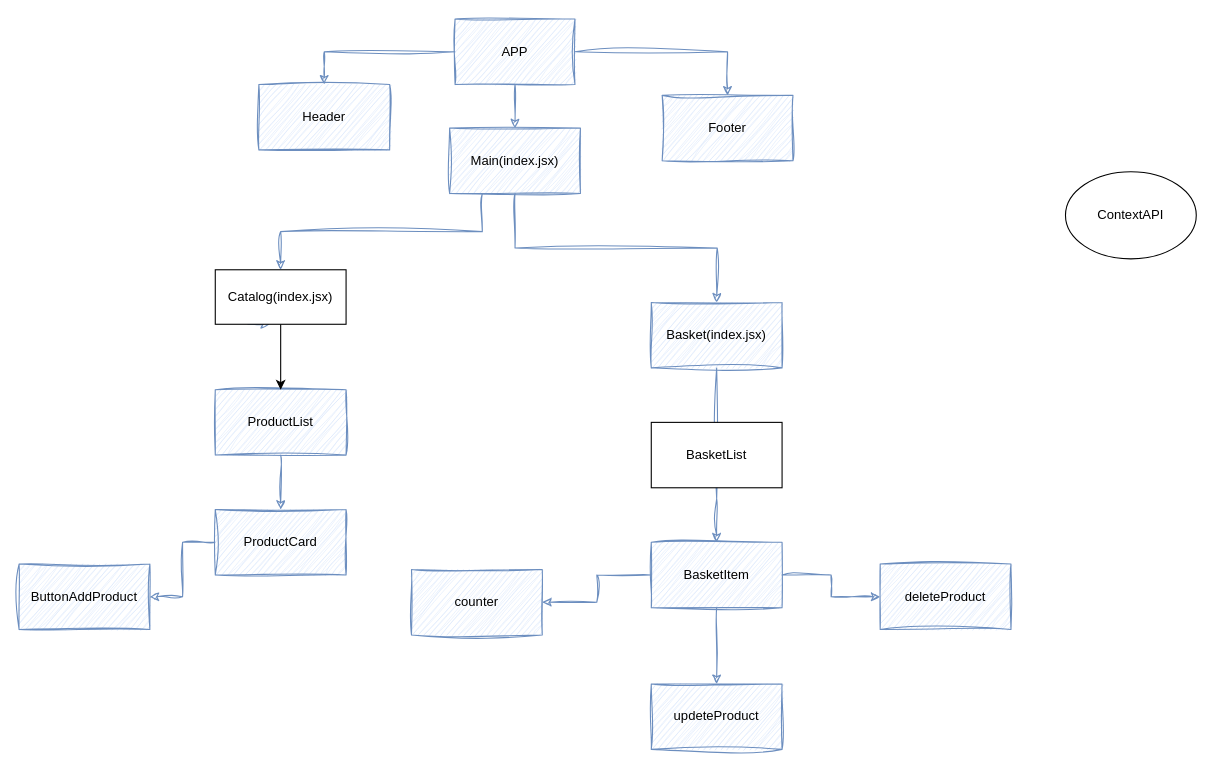
Before: online-shop.drawio in pavel08091997/Virtual-shop, a draw.io diagram. Source tidied: cells renumbered, new cells numbered last; positions are measured from the earlier drawing's top-left corner, leaving out a move shared by most shapes. Both pictures are drawn from the tidied source at 109%, with x=0, y=0 at pixel (19, 19).
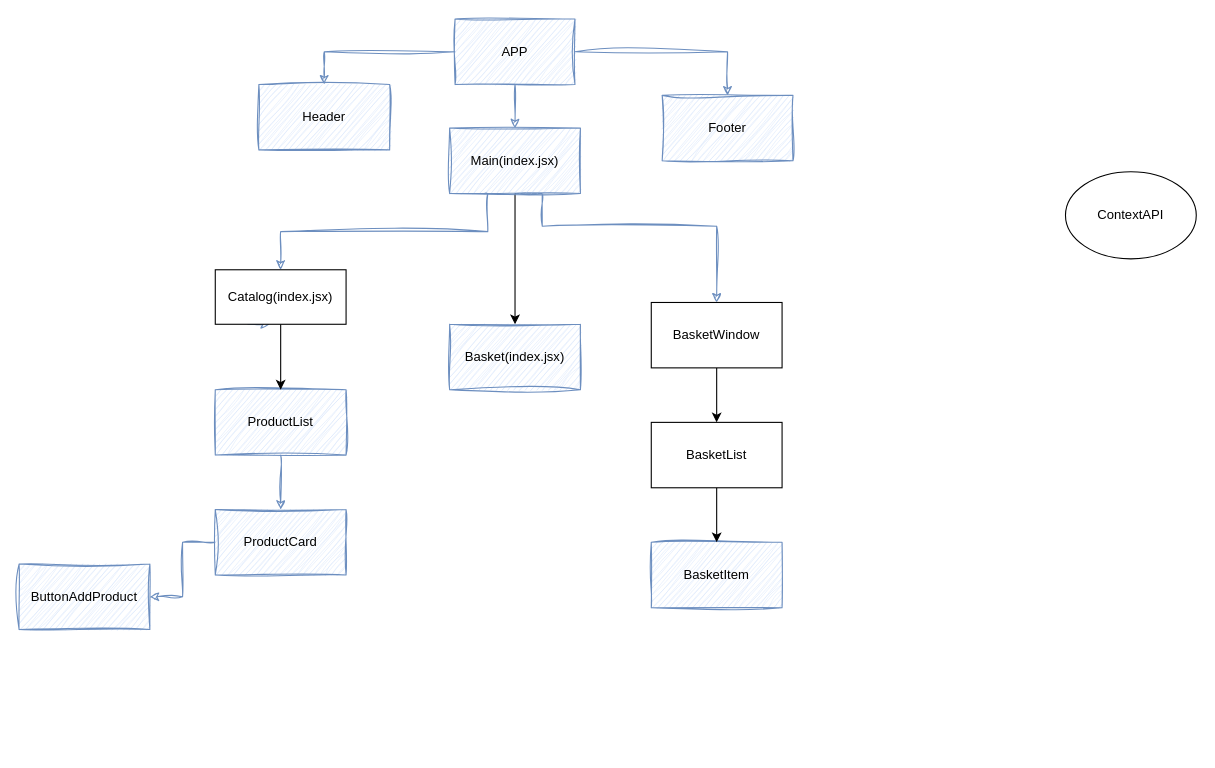
The same diagram, later.

The change refers to these unchanged cells:
```xml
<mxCell id="10" value="Main(index.jsx)" style="rounded=0;whiteSpace=wrap;html=1;fillColor=#dae8fc;strokeColor=#6c8ebf;sketch=1;curveFitting=1;jiggle=2;" parent="1" vertex="1">
  <mxGeometry x="395" y="100" width="120" height="60" as="geometry" />
</mxCell>
<mxCell id="20" value="BasketItem" style="rounded=0;whiteSpace=wrap;html=1;fillColor=#dae8fc;strokeColor=#6c8ebf;sketch=1;curveFitting=1;jiggle=2;" parent="1" vertex="1">
  <mxGeometry x="580" y="480" width="120" height="60" as="geometry" />
</mxCell>
<mxCell id="25" value="BasketList" style="rounded=0;whiteSpace=wrap;html=1;" parent="1" vertex="1">
  <mxGeometry x="580" y="370" width="120" height="60" as="geometry" />
</mxCell>
<mxCell id="28" value="Catalog(index.jsx)" style="rounded=0;whiteSpace=wrap;html=1;" parent="1" vertex="1">
  <mxGeometry x="180" y="230" width="120" height="50" as="geometry" />
</mxCell>
```

Change to the diagram source:
```diff
@@
     <mxCell id="8" style="edgeStyle=orthogonalEdgeStyle;rounded=0;jettySize=auto;html=1;exitX=0.5;exitY=1;exitDx=0;exitDy=0;fillColor=#dae8fc;strokeColor=#6c8ebf;sketch=1;curveFitting=1;jiggle=2;" parent="1" edge="1" source="10">
       <mxGeometry relative="1" as="geometry">
         <mxPoint x="640" y="260" as="targetPoint" />
+        <Array as="points">
+          <mxPoint x="480" y="160" />
+          <mxPoint x="480" y="190" />
+          <mxPoint x="640" y="190" />
+        </Array>
       </mxGeometry>
     </mxCell>
@@
+    <mxCell id="30" style="edgeStyle=none;html=1;exitX=0.5;exitY=1;exitDx=0;exitDy=0;" parent="1" edge="1" source="10" target="12">
+      <mxGeometry relative="1" as="geometry" />
+    </mxCell>
@@
-    <mxCell id="11" style="edgeStyle=orthogonalEdgeStyle;rounded=0;jettySize=auto;html=1;exitX=0.5;exitY=1;exitDx=0;exitDy=0;fillColor=#dae8fc;strokeColor=#6c8ebf;sketch=1;curveFitting=1;jiggle=2;" parent="1" edge="1" source="12" target="20">
-      <mxGeometry relative="1" as="geometry">
-        <Array as="points">
-          <mxPoint x="640" y="440" />
-          <mxPoint x="640" y="440" />
-        </Array>
-      </mxGeometry>
-    </mxCell>
     <mxCell id="12" value="Basket(index.jsx)" style="rounded=0;whiteSpace=wrap;html=1;fillColor=#dae8fc;strokeColor=#6c8ebf;sketch=1;curveFitting=1;jiggle=2;" parent="1" vertex="1">
-      <mxGeometry x="580" y="260" width="120" height="60" as="geometry" />
+      <mxGeometry x="395" y="280" width="120" height="60" as="geometry" />
     </mxCell>
@@
-    <mxCell id="17" style="edgeStyle=orthogonalEdgeStyle;rounded=0;jettySize=auto;html=1;fillColor=#dae8fc;strokeColor=#6c8ebf;sketch=1;curveFitting=1;jiggle=2;" parent="1" edge="1" source="20" target="21">
-      <mxGeometry relative="1" as="geometry" />
-    </mxCell>
-    <mxCell id="18" style="edgeStyle=orthogonalEdgeStyle;rounded=0;jettySize=auto;html=1;fillColor=#dae8fc;strokeColor=#6c8ebf;sketch=1;curveFitting=1;jiggle=2;" parent="1" edge="1" source="20" target="23">
-      <mxGeometry relative="1" as="geometry" />
-    </mxCell>
-    <mxCell id="19" style="edgeStyle=orthogonalEdgeStyle;rounded=0;jettySize=auto;html=1;fillColor=#dae8fc;strokeColor=#6c8ebf;sketch=1;curveFitting=1;jiggle=2;" parent="1" edge="1" source="20" target="22">
-      <mxGeometry relative="1" as="geometry" />
-    </mxCell>
@@
-    <mxCell id="21" value="counter" style="rounded=0;whiteSpace=wrap;html=1;fillColor=#dae8fc;strokeColor=#6c8ebf;sketch=1;curveFitting=1;jiggle=2;" parent="1" vertex="1">
-      <mxGeometry x="360" y="505" width="120" height="60" as="geometry" />
-    </mxCell>
-    <mxCell id="22" value="updeteProduct" style="rounded=0;whiteSpace=wrap;html=1;fillColor=#dae8fc;strokeColor=#6c8ebf;sketch=1;curveFitting=1;jiggle=2;" parent="1" vertex="1">
-      <mxGeometry x="580" y="610" width="120" height="60" as="geometry" />
-    </mxCell>
-    <mxCell id="23" value="deleteProduct" style="rounded=0;whiteSpace=wrap;html=1;fillColor=#dae8fc;strokeColor=#6c8ebf;sketch=1;curveFitting=1;jiggle=2;" parent="1" vertex="1">
-      <mxGeometry x="790" y="500" width="120" height="60" as="geometry" />
-    </mxCell>
@@
+    <mxCell id="31" style="edgeStyle=none;html=1;" parent="1" edge="1" source="25" target="20">
+      <mxGeometry relative="1" as="geometry" />
+    </mxCell>
@@
     <mxCell id="26" style="edgeStyle=orthogonalEdgeStyle;rounded=0;jettySize=auto;html=1;exitX=0.25;exitY=1;exitDx=0;exitDy=0;fillColor=#dae8fc;strokeColor=#6c8ebf;sketch=1;curveFitting=1;jiggle=2;" parent="1" edge="1" source="10" target="28">
-      <mxGeometry relative="1" as="geometry" />
+      <mxGeometry relative="1" as="geometry">
+        <Array as="points">
+          <mxPoint x="430" y="160" />
+          <mxPoint x="430" y="195" />
+          <mxPoint x="240" y="195" />
+        </Array>
+      </mxGeometry>
     </mxCell>
@@
+    <mxCell id="32" style="edgeStyle=none;html=1;" parent="1" edge="1" source="33" target="25">
+      <mxGeometry relative="1" as="geometry" />
+    </mxCell>
+    <mxCell id="33" value="BasketWindow" style="rounded=0;whiteSpace=wrap;html=1;" parent="1" vertex="1">
+      <mxGeometry x="580" y="260" width="120" height="60" as="geometry" />
+    </mxCell>
```
